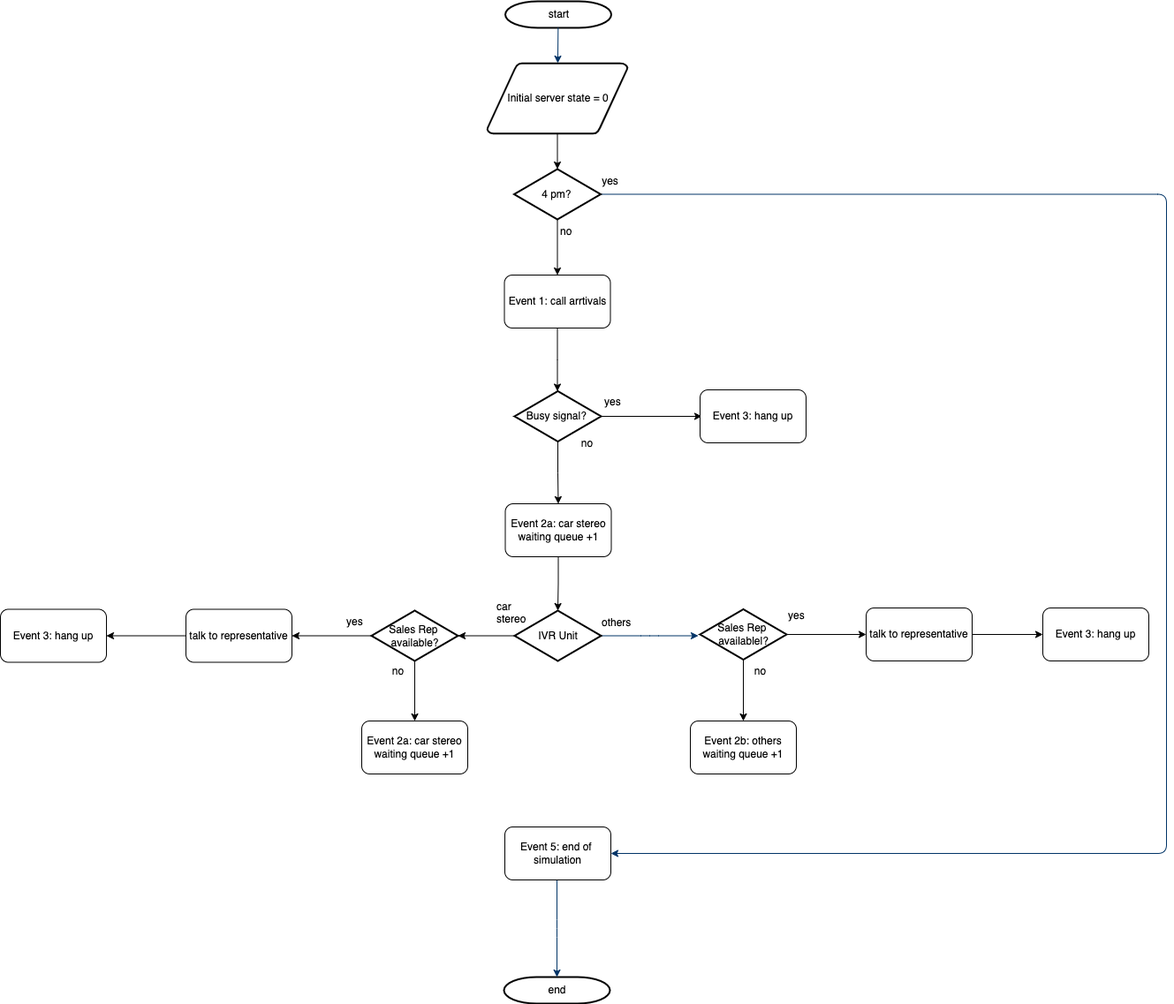
Earlier version of the draw.io export call_center.png (NanJ90/JiaShua). Source tidied: cells renumbered, new cells last; positions are measured from the earlier drawing's top-left corner, leaving out a move shared by most shapes.
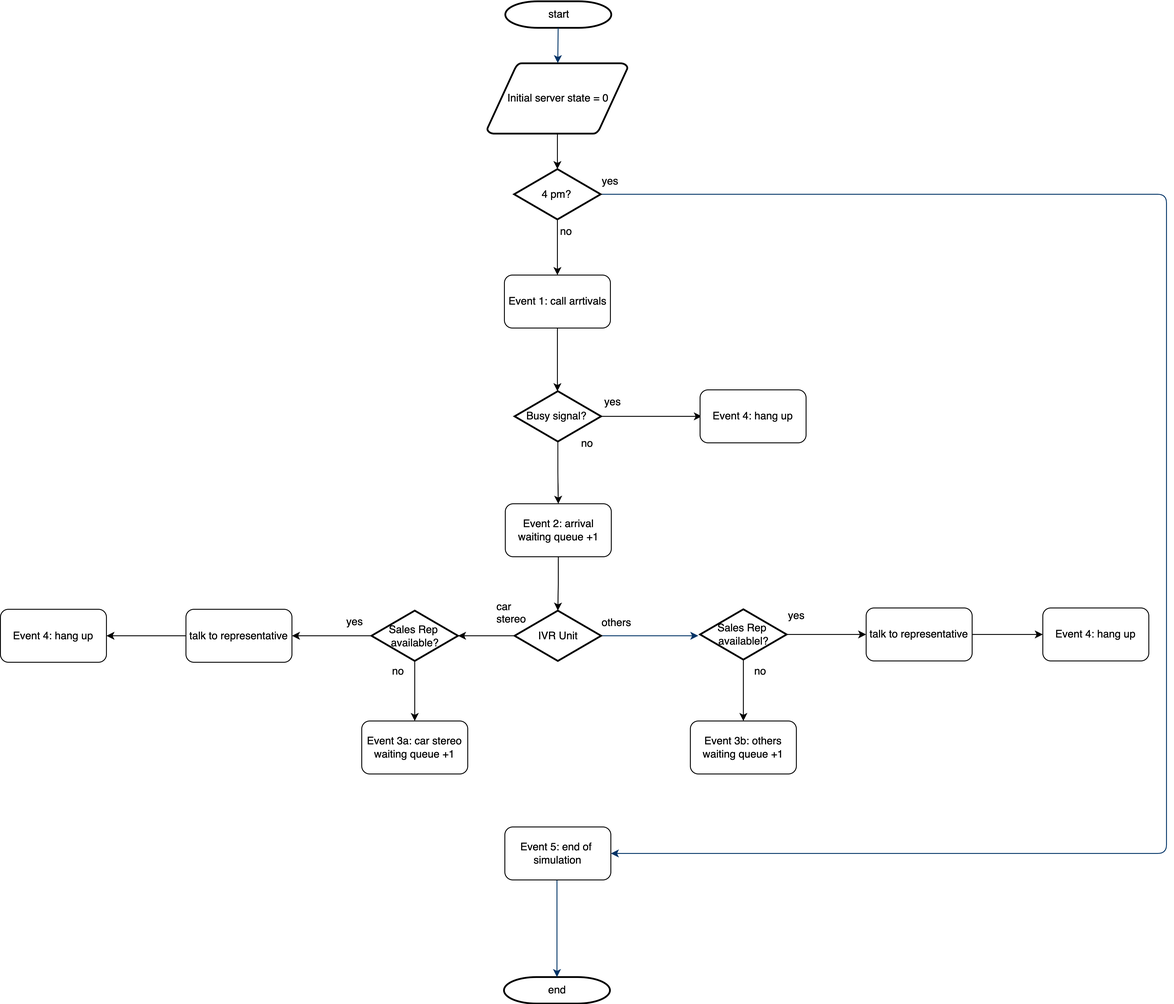
The same file after the commit.

Change to the diagram source:
```diff
@@ -57,13 +57,13 @@
     <mxCell id="17" value="others" style="text;fontStyle=0;html=1;strokeColor=none;gradientColor=none;fillColor=none;strokeWidth=2;" parent="1" vertex="1">
       <mxGeometry x="679" y="690" width="40" height="26" as="geometry" />
     </mxCell>
-    <mxCell id="18" value="Event 2a: car stereo waiting queue +1" style="rounded=1;whiteSpace=wrap;html=1;" parent="1" vertex="1">
+    <mxCell id="18" value="Event 3a: car stereo waiting queue +1" style="rounded=1;whiteSpace=wrap;html=1;" parent="1" vertex="1">
       <mxGeometry x="409" y="815" width="120" height="60" as="geometry" />
     </mxCell>
-    <mxCell id="19" value="Event 2b: others waiting queue +1" style="rounded=1;whiteSpace=wrap;html=1;" parent="1" vertex="1">
+    <mxCell id="19" value="Event 3b: others waiting queue +1" style="rounded=1;whiteSpace=wrap;html=1;" parent="1" vertex="1">
       <mxGeometry x="781" y="815" width="120" height="60" as="geometry" />
     </mxCell>
-    <mxCell id="20" value="Event 3: hang up" style="rounded=1;whiteSpace=wrap;html=1;" parent="1" vertex="1">
+    <mxCell id="20" value="Event 4: hang up" style="rounded=1;whiteSpace=wrap;html=1;" parent="1" vertex="1">
       <mxGeometry x="792" y="440" width="120" height="60" as="geometry" />
     </mxCell>
     <mxCell id="21" value="car&lt;br&gt;stereo" style="text;fontStyle=0;html=1;strokeColor=none;gradientColor=none;fillColor=none;strokeWidth=2;" parent="1" vertex="1">
@@ -83,10 +83,10 @@
         </Array>
       </mxGeometry>
     </mxCell>
-    <mxCell id="25" value="Event 3: hang up" style="rounded=1;whiteSpace=wrap;html=1;" parent="1" vertex="1">
+    <mxCell id="25" value="Event 4: hang up" style="rounded=1;whiteSpace=wrap;html=1;" parent="1" vertex="1">
       <mxGeometry x="1180" y="687" width="120" height="60" as="geometry" />
     </mxCell>
-    <mxCell id="26" value="Event 3: hang up" style="rounded=1;whiteSpace=wrap;html=1;" parent="1" vertex="1">
+    <mxCell id="26" value="Event 4: hang up" style="rounded=1;whiteSpace=wrap;html=1;" parent="1" vertex="1">
       <mxGeometry y="688.5" width="120" height="60" as="geometry" />
     </mxCell>
     <mxCell id="27" style="edgeStyle=orthogonalEdgeStyle;rounded=0;jettySize=auto;html=1;" parent="1" edge="1" source="29" target="31">
@@ -148,7 +148,7 @@
     <mxCell id="45" style="edgeStyle=orthogonalEdgeStyle;rounded=0;jettySize=auto;html=1;entryX=0.5;entryY=0;entryDx=0;entryDy=0;entryPerimeter=0;" parent="1" edge="1" source="46" target="16">
       <mxGeometry relative="1" as="geometry" />
     </mxCell>
-    <mxCell id="46" value="Event 2a: car stereo waiting queue +1" style="rounded=1;whiteSpace=wrap;html=1;" parent="1" vertex="1">
+    <mxCell id="46" value="Event 2: arrival waiting queue +1" style="rounded=1;whiteSpace=wrap;html=1;" parent="1" vertex="1">
       <mxGeometry x="571.5" y="569" width="120" height="60" as="geometry" />
     </mxCell>
   </root>
```
